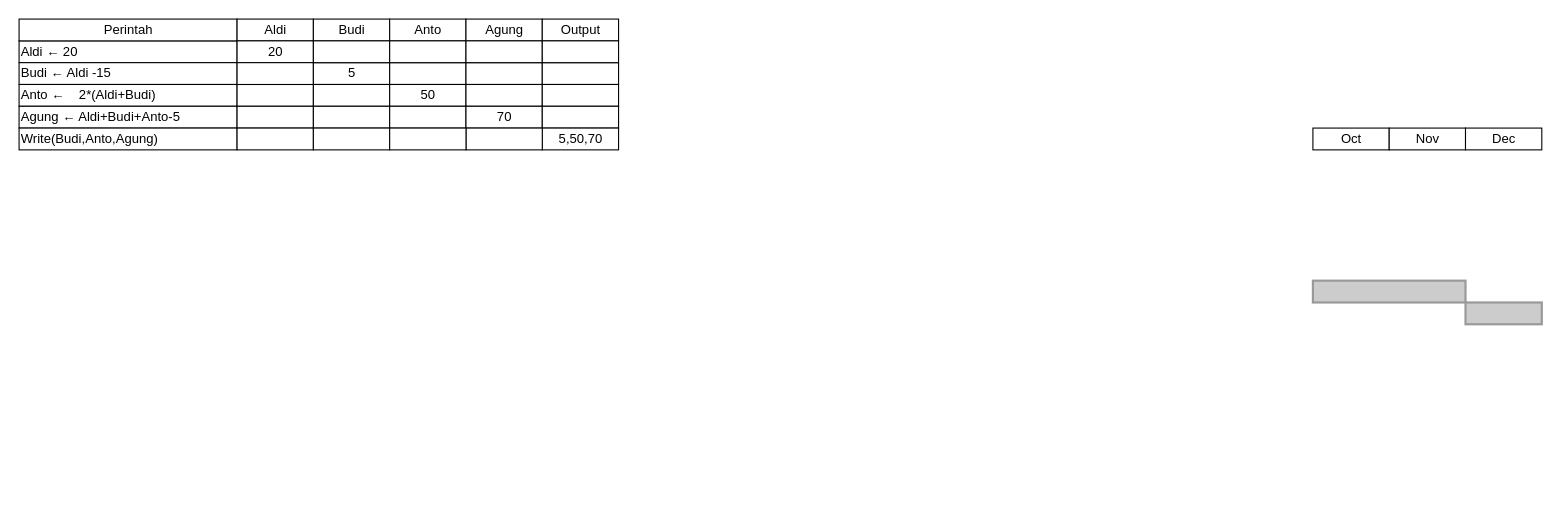
Putrizaskya13/Tugas-Mandiri-L-A keeps this draw.io diagram as Algoritma latihan .drawio. Above is the earlier version. Source tidied: cells renumbered, new cells numbered last; positions are measured from the earlier drawing's top-left corner, leaving out a move shared by most shapes. Both pictures are drawn from the tidied source at 109%, with x=0, y=0 at pixel (19, 19).
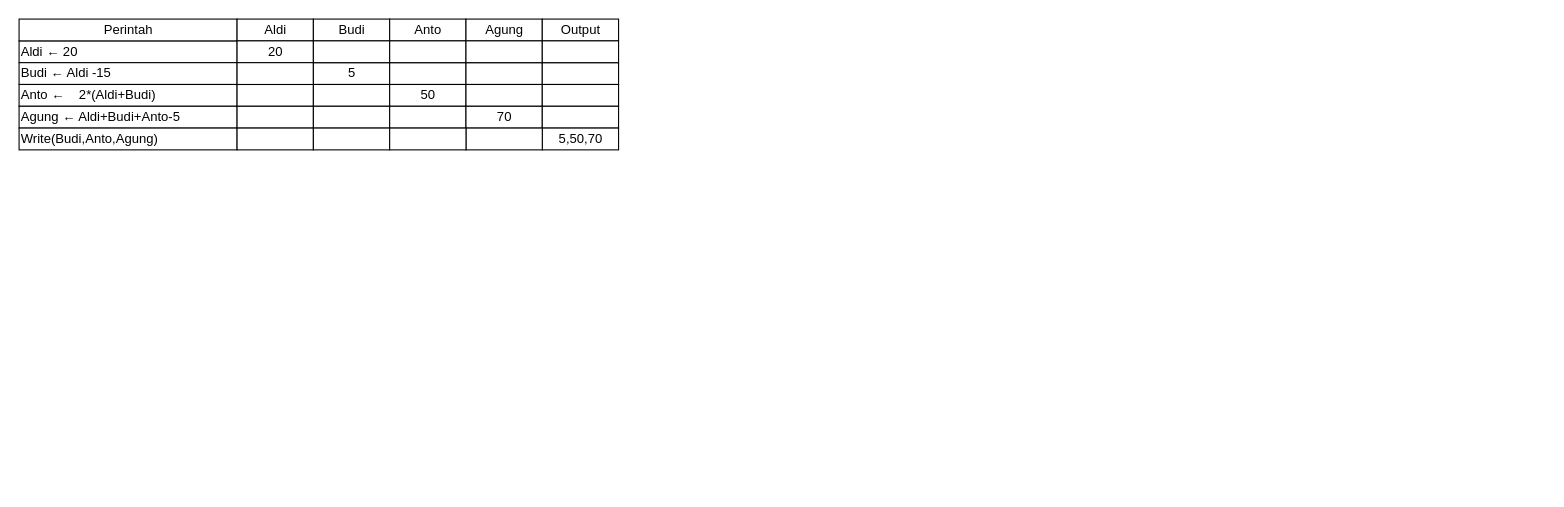
After the change.

What changed in the source:
```diff
@@
-    <mxCell id="10" value="Oct" style="strokeWidth=1;fontStyle=0;html=1;" parent="1" vertex="1">
-      <mxGeometry x="1187" y="100" width="70" height="20" as="geometry" />
-    </mxCell>
-    <mxCell id="11" value="Nov" style="strokeWidth=1;fontStyle=0;html=1;" parent="1" vertex="1">
-      <mxGeometry x="1257" y="100" width="70" height="20" as="geometry" />
-    </mxCell>
-    <mxCell id="12" value="Dec" style="strokeWidth=1;fontStyle=0;html=1;" parent="1" vertex="1">
-      <mxGeometry x="1327" y="100" width="70" height="20" as="geometry" />
-    </mxCell>
@@
-    <mxCell id="14" style="whiteSpace=wrap;html=1;strokeWidth=2;fillColor=#CCCCCC;gradientColor=none;fontSize=14;align=center;strokeColor=#999999;" parent="1" vertex="1">
-      <mxGeometry x="1187" y="240" width="140" height="20" as="geometry" />
-    </mxCell>
-    <mxCell id="15" style="whiteSpace=wrap;html=1;strokeWidth=2;fillColor=#CCCCCC;gradientColor=none;fontSize=14;align=center;strokeColor=#999999;" parent="1" vertex="1">
-      <mxGeometry x="1327" y="260" width="70" height="20" as="geometry" />
-    </mxCell>
@@
+    <mxCell id="43" style="text;whiteSpace=wrap;html=1;" parent="1" vertex="1">
+      <mxGeometry x="1340" y="380" width="60" height="50" as="geometry" />
+    </mxCell>
```
